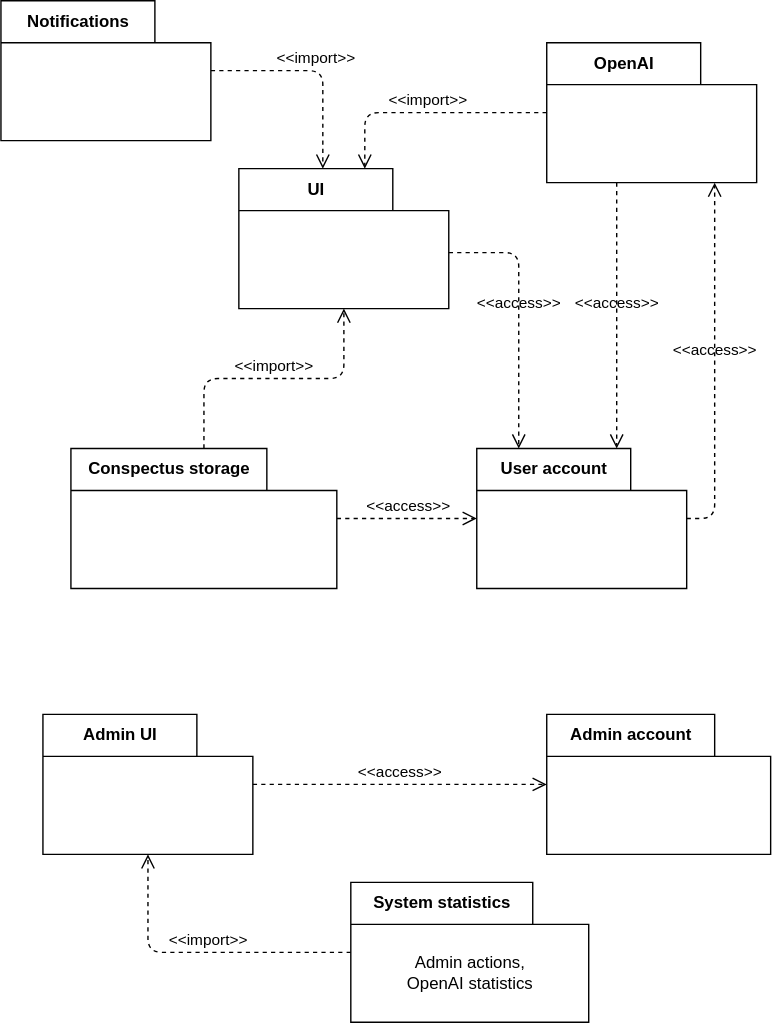
Before: lab2diags/development-view/package.drawio.svg, a diagram exported from draw.io (piatrashkakanstantinass/psi2). Source tidied: cells renumbered, new cells last; positions are measured from the earlier drawing's top-left corner, leaving out a move shared by most shapes.
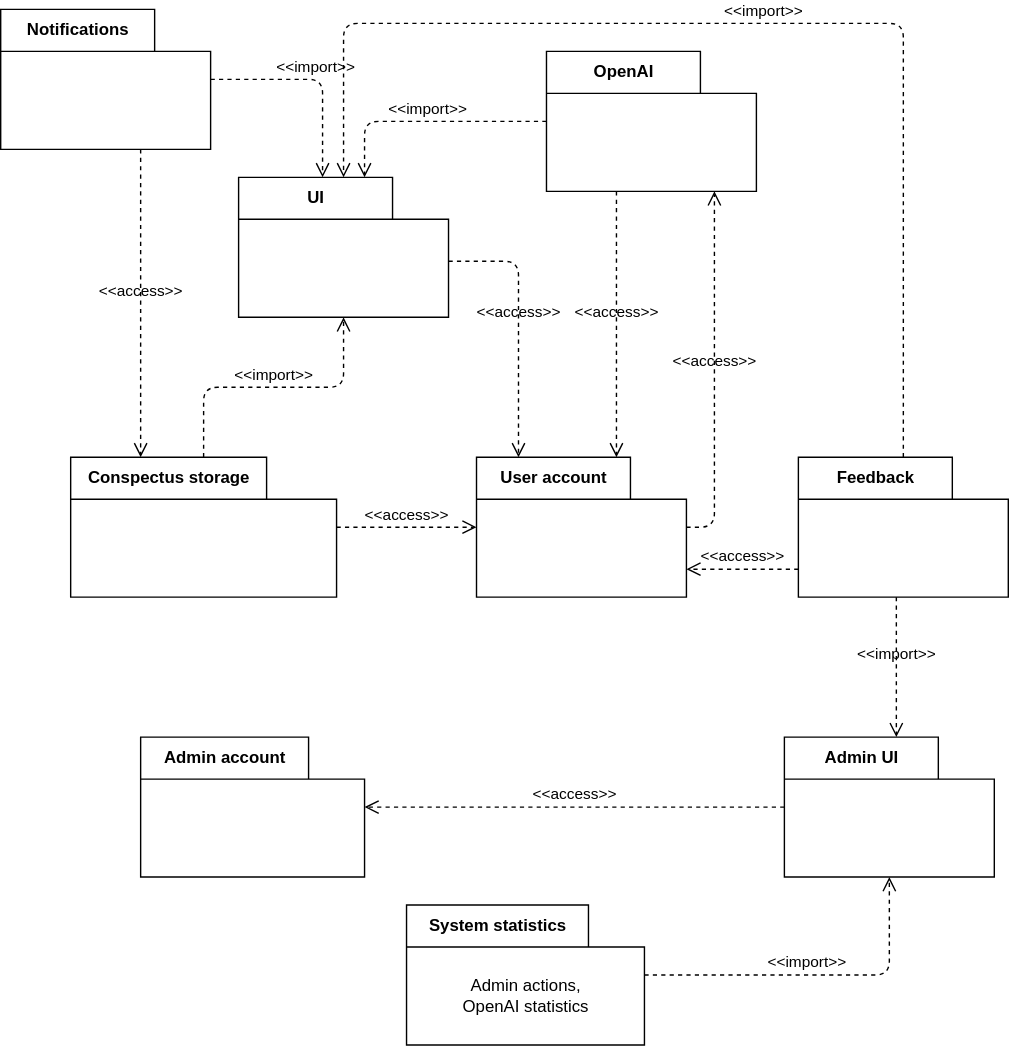
Later version of the same file.

Commit message:
Added the packages to class diagrams and updated the main package diagram

Change to the diagram source:
```diff
@@ -52,7 +52,7 @@
       </mxGeometry>
     </mxCell>
     <mxCell id="13" value="System statistics" style="shape=folder;fontStyle=1;tabWidth=130;tabHeight=30;tabPosition=left;html=1;boundedLbl=1;labelInHeader=1;" parent="1" vertex="1">
-      <mxGeometry x="250" y="630" width="170" height="100" as="geometry" />
+      <mxGeometry x="290" y="640" width="170" height="100" as="geometry" />
     </mxCell>
     <mxCell id="14" value="Admin actions, &lt;br&gt;OpenAI statistics" style="html=1;strokeColor=none;fillColor=none;" parent="13" vertex="1">
       <mxGeometry width="170" height="70" relative="1" as="geometry">
@@ -60,7 +60,7 @@
       </mxGeometry>
     </mxCell>
     <mxCell id="15" value="Admin account" style="shape=folder;fontStyle=1;tabWidth=120;tabHeight=30;tabPosition=left;html=1;boundedLbl=1;labelInHeader=1;" parent="1" vertex="1">
-      <mxGeometry x="390" y="510" width="160" height="100" as="geometry" />
+      <mxGeometry x="100" y="520" width="160" height="100" as="geometry" />
     </mxCell>
     <mxCell id="16" style="html=1;strokeColor=none;fillColor=none;" parent="15" vertex="1">
       <mxGeometry width="160" height="70" relative="1" as="geometry">
@@ -68,7 +68,7 @@
       </mxGeometry>
     </mxCell>
     <mxCell id="17" value="Admin UI" style="shape=folder;fontStyle=1;tabWidth=110;tabHeight=30;tabPosition=left;html=1;boundedLbl=1;labelInHeader=1;" parent="1" vertex="1">
-      <mxGeometry x="30" y="510" width="150" height="100" as="geometry" />
+      <mxGeometry x="560" y="520" width="150" height="100" as="geometry" />
     </mxCell>
     <mxCell id="18" style="html=1;strokeColor=none;fillColor=none;" parent="17" vertex="1">
       <mxGeometry width="150" height="70" relative="1" as="geometry">
@@ -115,5 +115,42 @@
         </Array>
       </mxGeometry>
     </mxCell>
+    <mxCell id="27" value="&amp;lt;&amp;lt;access&amp;gt;&amp;gt;" style="endArrow=open;startArrow=none;endFill=0;startFill=0;endSize=8;html=1;verticalAlign=bottom;dashed=1;labelBackgroundColor=none;edgeStyle=elbowEdgeStyle;" parent="1" edge="1" source="5" target="8">
+      <mxGeometry relative="1" as="geometry">
+        <Array as="points">
+          <mxPoint x="100" y="270" />
+          <mxPoint x="60" y="150" />
+        </Array>
+      </mxGeometry>
+    </mxCell>
+    <mxCell id="28" value="Feedback" style="shape=folder;fontStyle=1;tabWidth=110;tabHeight=30;tabPosition=left;html=1;boundedLbl=1;labelInHeader=1;" parent="1" vertex="1">
+      <mxGeometry x="570" y="320" width="150" height="100" as="geometry" />
+    </mxCell>
+    <mxCell id="29" style="html=1;strokeColor=none;fillColor=none;" parent="28" vertex="1">
+      <mxGeometry width="150" height="70" relative="1" as="geometry">
+        <mxPoint y="30" as="offset" />
+      </mxGeometry>
+    </mxCell>
+    <mxCell id="30" value="&amp;lt;&amp;lt;import&amp;gt;&amp;gt;" style="endArrow=open;startArrow=none;endFill=0;startFill=0;endSize=8;html=1;verticalAlign=bottom;dashed=1;labelBackgroundColor=none;edgeStyle=elbowEdgeStyle;" parent="1" edge="1" source="28" target="21">
+      <mxGeometry relative="1" as="geometry">
+        <Array as="points">
+          <mxPoint x="410" y="10" />
+          <mxPoint x="310" y="10" />
+          <mxPoint x="190" y="40" />
+          <mxPoint x="300" y="-10" />
+        </Array>
+      </mxGeometry>
+    </mxCell>
+    <mxCell id="31" value="&amp;lt;&amp;lt;access&amp;gt;&amp;gt;" style="endArrow=open;startArrow=none;endFill=0;startFill=0;endSize=8;html=1;verticalAlign=bottom;dashed=1;labelBackgroundColor=none;edgeStyle=orthogonalEdgeStyle;elbow=vertical;" parent="1" edge="1" source="28" target="3">
+      <mxGeometry relative="1" as="geometry">
+        <Array as="points">
+          <mxPoint x="530" y="400" />
+          <mxPoint x="530" y="400" />
+        </Array>
+      </mxGeometry>
+    </mxCell>
+    <mxCell id="32" value="&amp;lt;&amp;lt;import&amp;gt;&amp;gt;" style="endArrow=open;startArrow=none;endFill=0;startFill=0;endSize=8;html=1;verticalAlign=bottom;dashed=1;labelBackgroundColor=none;edgeStyle=elbowEdgeStyle;" parent="1" edge="1" source="28" target="17">
+      <mxGeometry relative="1" as="geometry" />
+    </mxCell>
   </root>
 </mxGraphModel>
```
